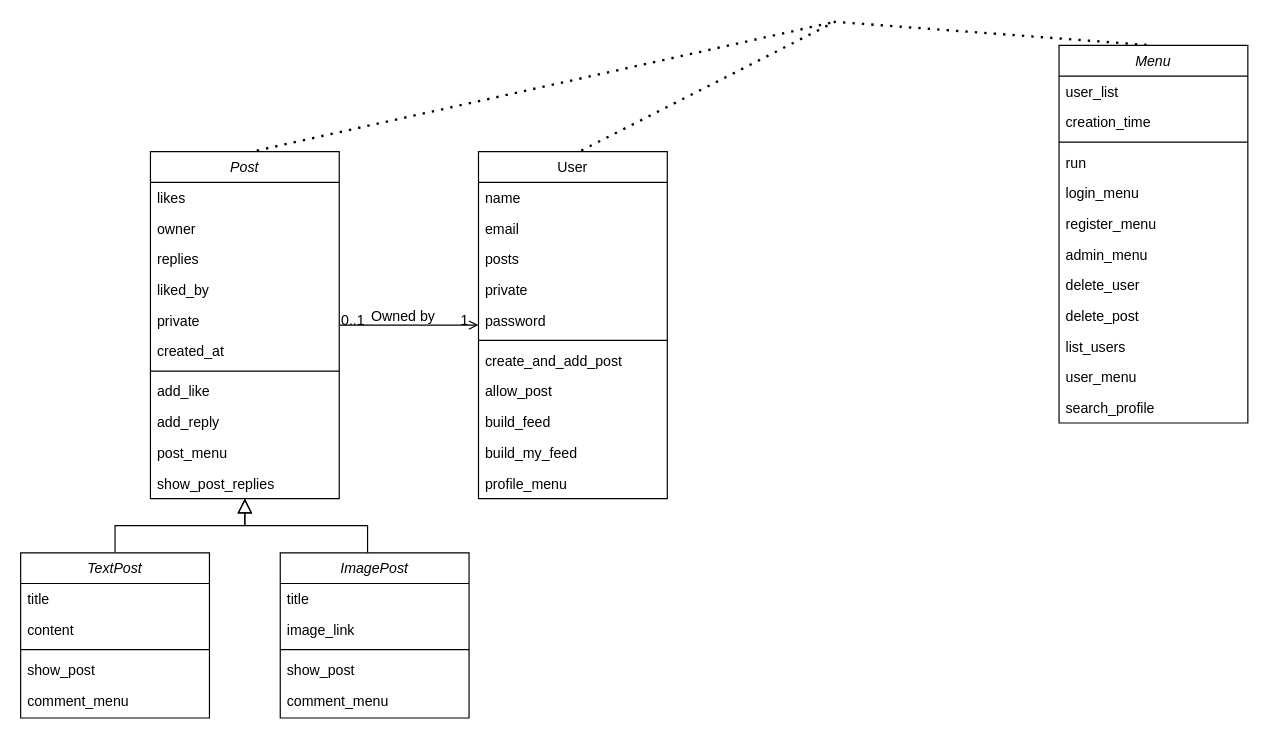
The draw.io diagram diagrama.drawio in gabisartori/INE5402-trabalho-final, before the edit. Source tidied: cells renumbered, new cells numbered last; positions are measured from the earlier drawing's top-left corner, leaving out a move shared by most shapes. Both pictures are drawn from the tidied source at 118%, with x=0, y=0 at pixel (20, 21).
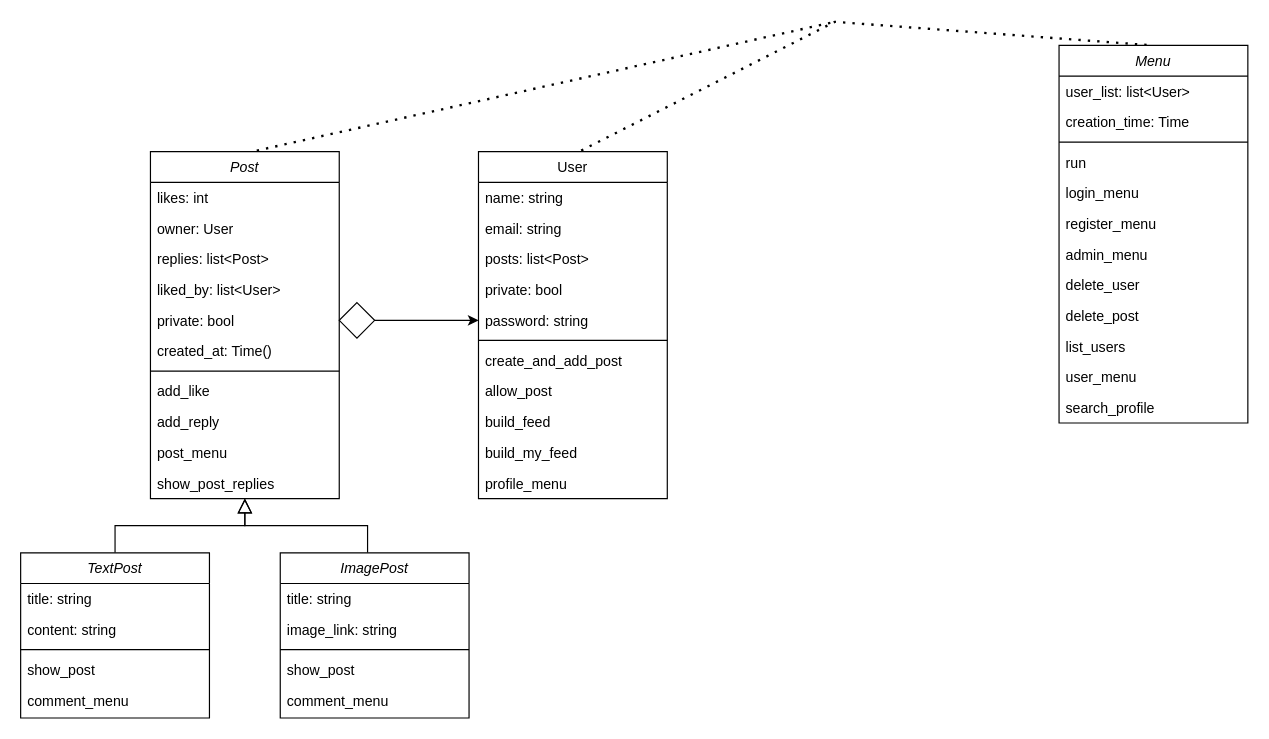
Above is the later version.

Unchanged cells that the change refers to:
```xml
<mxCell id="2" value="Post" style="swimlane;fontStyle=2;align=center;verticalAlign=top;horizontal=1;startSize=26;rounded=0;shadow=0;strokeWidth=1;" parent="1" vertex="1">
  <mxGeometry x="110" y="110" width="160" height="294" as="geometry" />
</mxCell>
<mxCell id="16" value="User" style="swimlane;fontStyle=0;align=center;verticalAlign=top;horizontal=1;startSize=26;rounded=0;shadow=0;strokeWidth=1;" parent="1" vertex="1">
  <mxGeometry x="388" y="110" width="160" height="294" as="geometry" />
</mxCell>
<mxCell id="32" value="TextPost" style="swimlane;fontStyle=2;align=center;verticalAlign=top;horizontal=1;startSize=26;rounded=0;shadow=0;strokeWidth=1;" parent="1" vertex="1">
  <mxGeometry y="450" width="160" height="140" as="geometry" />
</mxCell>
<mxCell id="38" value="ImagePost" style="swimlane;fontStyle=2;align=center;verticalAlign=top;horizontal=1;startSize=26;rounded=0;shadow=0;strokeWidth=1;" parent="1" vertex="1">
  <mxGeometry x="220" y="450" width="160" height="140" as="geometry" />
</mxCell>
<mxCell id="44" value="Menu" style="swimlane;fontStyle=2;align=center;verticalAlign=top;horizontal=1;startSize=26;rounded=0;shadow=0;strokeWidth=1;" parent="1" vertex="1">
  <mxGeometry x="880" y="20" width="160" height="320" as="geometry" />
</mxCell>
```

Change to the diagram source:
```diff
@@
-    <mxCell id="3" value="likes&#10;" style="text;align=left;verticalAlign=top;spacingLeft=4;spacingRight=4;overflow=hidden;" parent="2" vertex="1">
+    <mxCell id="3" value="likes: int&#10;" style="text;align=left;verticalAlign=top;spacingLeft=4;spacingRight=4;overflow=hidden;" parent="2" vertex="1">
       <mxGeometry y="26" width="160" height="26" as="geometry" />
     </mxCell>
-    <mxCell id="4" value="owner" style="text;align=left;verticalAlign=top;spacingLeft=4;spacingRight=4;overflow=hidden;rounded=0;shadow=0;html=0;" parent="2" vertex="1">
+    <mxCell id="4" value="owner: User" style="text;align=left;verticalAlign=top;spacingLeft=4;spacingRight=4;overflow=hidden;rounded=0;shadow=0;html=0;" parent="2" vertex="1">
       <mxGeometry y="52" width="160" height="26" as="geometry" />
     </mxCell>
-    <mxCell id="5" value="replies" style="text;align=left;verticalAlign=top;spacingLeft=4;spacingRight=4;overflow=hidden;rounded=0;shadow=0;html=0;" parent="2" vertex="1">
+    <mxCell id="5" value="replies: list&lt;Post&gt;" style="text;align=left;verticalAlign=top;spacingLeft=4;spacingRight=4;overflow=hidden;rounded=0;shadow=0;html=0;" parent="2" vertex="1">
       <mxGeometry y="78" width="160" height="26" as="geometry" />
     </mxCell>
-    <mxCell id="6" value="liked_by" style="text;align=left;verticalAlign=top;spacingLeft=4;spacingRight=4;overflow=hidden;rounded=0;shadow=0;html=0;" parent="2" vertex="1">
+    <mxCell id="6" value="liked_by: list&lt;User&gt;" style="text;align=left;verticalAlign=top;spacingLeft=4;spacingRight=4;overflow=hidden;rounded=0;shadow=0;html=0;" parent="2" vertex="1">
       <mxGeometry y="104" width="160" height="26" as="geometry" />
     </mxCell>
-    <mxCell id="7" value="private" style="text;align=left;verticalAlign=top;spacingLeft=4;spacingRight=4;overflow=hidden;rounded=0;shadow=0;html=0;" parent="2" vertex="1">
+    <mxCell id="7" value="private: bool" style="text;align=left;verticalAlign=top;spacingLeft=4;spacingRight=4;overflow=hidden;rounded=0;shadow=0;html=0;" parent="2" vertex="1">
       <mxGeometry y="130" width="160" height="26" as="geometry" />
     </mxCell>
-    <mxCell id="8" value="created_at" style="text;align=left;verticalAlign=top;spacingLeft=4;spacingRight=4;overflow=hidden;rounded=0;shadow=0;html=0;" parent="2" vertex="1">
+    <mxCell id="8" value="created_at: Time()" style="text;align=left;verticalAlign=top;spacingLeft=4;spacingRight=4;overflow=hidden;rounded=0;shadow=0;html=0;" parent="2" vertex="1">
       <mxGeometry y="156" width="160" height="26" as="geometry" />
     </mxCell>
@@
-    <mxCell id="17" value="name" style="text;align=left;verticalAlign=top;spacingLeft=4;spacingRight=4;overflow=hidden;" parent="16" vertex="1">
+    <mxCell id="17" value="name: string" style="text;align=left;verticalAlign=top;spacingLeft=4;spacingRight=4;overflow=hidden;" parent="16" vertex="1">
       <mxGeometry y="26" width="160" height="26" as="geometry" />
     </mxCell>
-    <mxCell id="18" value="email" style="text;align=left;verticalAlign=top;spacingLeft=4;spacingRight=4;overflow=hidden;rounded=0;shadow=0;html=0;" parent="16" vertex="1">
+    <mxCell id="18" value="email: string" style="text;align=left;verticalAlign=top;spacingLeft=4;spacingRight=4;overflow=hidden;rounded=0;shadow=0;html=0;" parent="16" vertex="1">
       <mxGeometry y="52" width="160" height="26" as="geometry" />
     </mxCell>
-    <mxCell id="19" value="posts" style="text;align=left;verticalAlign=top;spacingLeft=4;spacingRight=4;overflow=hidden;rounded=0;shadow=0;html=0;" parent="16" vertex="1">
+    <mxCell id="19" value="posts: list&lt;Post&gt;" style="text;align=left;verticalAlign=top;spacingLeft=4;spacingRight=4;overflow=hidden;rounded=0;shadow=0;html=0;" parent="16" vertex="1">
       <mxGeometry y="78" width="160" height="26" as="geometry" />
     </mxCell>
-    <mxCell id="20" value="private" style="text;align=left;verticalAlign=top;spacingLeft=4;spacingRight=4;overflow=hidden;rounded=0;shadow=0;html=0;" parent="16" vertex="1">
+    <mxCell id="20" value="private: bool" style="text;align=left;verticalAlign=top;spacingLeft=4;spacingRight=4;overflow=hidden;rounded=0;shadow=0;html=0;" parent="16" vertex="1">
       <mxGeometry y="104" width="160" height="26" as="geometry" />
     </mxCell>
-    <mxCell id="21" value="password" style="text;align=left;verticalAlign=top;spacingLeft=4;spacingRight=4;overflow=hidden;points=[[0,0.5],[1,0.5]];portConstraint=eastwest;rounded=0;shadow=0;html=0;" parent="16" vertex="1">
+    <mxCell id="21" value="password: string" style="text;align=left;verticalAlign=top;spacingLeft=4;spacingRight=4;overflow=hidden;points=[[0,0.5],[1,0.5]];portConstraint=eastwest;rounded=0;shadow=0;html=0;" parent="16" vertex="1">
       <mxGeometry y="130" width="160" height="26" as="geometry" />
     </mxCell>
@@
-    <mxCell id="28" style="endArrow=open;shadow=0;strokeWidth=1;rounded=0;endFill=1;edgeStyle=elbowEdgeStyle;elbow=vertical;" parent="1" edge="1" source="2" target="16">
-      <mxGeometry x="0.5" y="41" relative="1" as="geometry">
-        <mxPoint x="-40" y="32" as="offset" />
-      </mxGeometry>
-    </mxCell>
-    <mxCell id="29" value="0..1" style="align=left;verticalAlign=bottom;labelBackgroundColor=none;fontSize=12;" parent="28" vertex="1">
-      <mxGeometry x="-1" relative="1" as="geometry">
-        <mxPoint y="4" as="offset" />
-      </mxGeometry>
-    </mxCell>
-    <mxCell id="30" value="1" style="align=right;verticalAlign=bottom;labelBackgroundColor=none;fontSize=12;" parent="28" vertex="1">
-      <mxGeometry x="1" relative="1" as="geometry">
-        <mxPoint x="-7" y="4" as="offset" />
-      </mxGeometry>
-    </mxCell>
-    <mxCell id="31" value="Owned by" style="text;html=1;align=center;verticalAlign=middle;labelBackgroundColor=none;rounded=0;shadow=0;strokeWidth=1;fontSize=12;" parent="28" vertex="1">
-      <mxGeometry x="0.5" y="49" relative="1" as="geometry">
-        <mxPoint x="-36" y="41" as="offset" />
-      </mxGeometry>
-    </mxCell>
@@
-    <mxCell id="33" value="title" style="text;align=left;verticalAlign=top;spacingLeft=4;spacingRight=4;overflow=hidden;" parent="32" vertex="1">
+    <mxCell id="33" value="title: string" style="text;align=left;verticalAlign=top;spacingLeft=4;spacingRight=4;overflow=hidden;" parent="32" vertex="1">
       <mxGeometry y="26" width="160" height="26" as="geometry" />
     </mxCell>
-    <mxCell id="34" value="content" style="text;align=left;verticalAlign=top;spacingLeft=4;spacingRight=4;overflow=hidden;rounded=0;shadow=0;html=0;" parent="32" vertex="1">
+    <mxCell id="34" value="content: string" style="text;align=left;verticalAlign=top;spacingLeft=4;spacingRight=4;overflow=hidden;rounded=0;shadow=0;html=0;" parent="32" vertex="1">
       <mxGeometry y="52" width="160" height="26" as="geometry" />
     </mxCell>
@@
-    <mxCell id="39" value="title" style="text;align=left;verticalAlign=top;spacingLeft=4;spacingRight=4;overflow=hidden;" parent="38" vertex="1">
+    <mxCell id="39" value="title: string" style="text;align=left;verticalAlign=top;spacingLeft=4;spacingRight=4;overflow=hidden;" parent="38" vertex="1">
       <mxGeometry y="26" width="160" height="26" as="geometry" />
     </mxCell>
-    <mxCell id="40" value="image_link" style="text;align=left;verticalAlign=top;spacingLeft=4;spacingRight=4;overflow=hidden;rounded=0;shadow=0;html=0;" parent="38" vertex="1">
+    <mxCell id="40" value="image_link: string" style="text;align=left;verticalAlign=top;spacingLeft=4;spacingRight=4;overflow=hidden;rounded=0;shadow=0;html=0;" parent="38" vertex="1">
       <mxGeometry y="52" width="160" height="26" as="geometry" />
     </mxCell>
@@
-    <mxCell id="45" value="user_list" style="text;align=left;verticalAlign=top;spacingLeft=4;spacingRight=4;overflow=hidden;" parent="44" vertex="1">
+    <mxCell id="45" value="user_list: list&lt;User&gt;" style="text;align=left;verticalAlign=top;spacingLeft=4;spacingRight=4;overflow=hidden;" parent="44" vertex="1">
       <mxGeometry y="26" width="160" height="26" as="geometry" />
     </mxCell>
-    <mxCell id="46" value="creation_time" style="text;align=left;verticalAlign=top;spacingLeft=4;spacingRight=4;overflow=hidden;rounded=0;shadow=0;html=0;" parent="44" vertex="1">
+    <mxCell id="46" value="creation_time: Time" style="text;align=left;verticalAlign=top;spacingLeft=4;spacingRight=4;overflow=hidden;rounded=0;shadow=0;html=0;" parent="44" vertex="1">
       <mxGeometry y="52" width="160" height="26" as="geometry" />
     </mxCell>
@@
+    <mxCell id="59" style="edgeStyle=orthogonalEdgeStyle;rounded=0;jettySize=auto;html=1;entryX=0;entryY=0.5;entryDx=0;entryDy=0;" parent="1" edge="1" source="60" target="21">
+      <mxGeometry relative="1" as="geometry" />
+    </mxCell>
+    <mxCell id="60" style="rhombus;whiteSpace=wrap;html=1;" parent="1" vertex="1">
+      <mxGeometry x="270" y="238" width="30" height="30" as="geometry" />
+    </mxCell>
```
